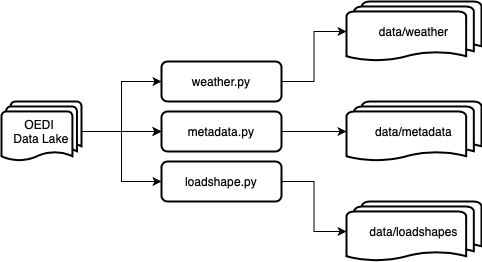
slacgismo/regrow keeps this draw.io diagram as docs/Load data pipeline.png. Above is the earlier version. Source tidied: cells renumbered, new cells last; positions are measured from the earlier drawing's top-left corner, leaving out a move shared by most shapes.
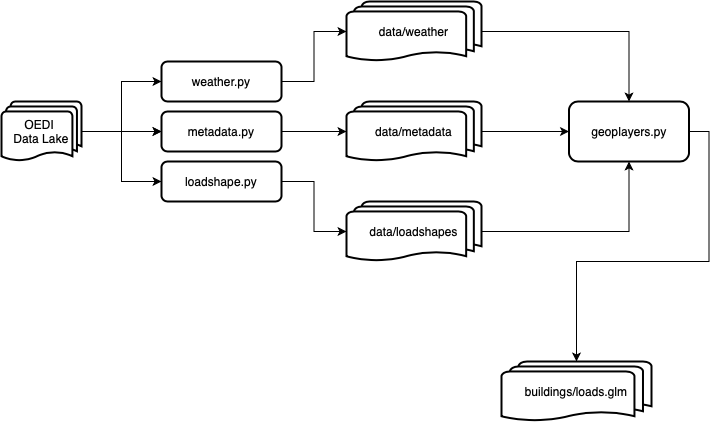
After the commit.

What changed in the source:
```diff
@@ -35,14 +35,32 @@
     <mxCell id="12" value="loadshape.py" style="rounded=1;whiteSpace=wrap;html=1;strokeWidth=2;" parent="1" vertex="1">
       <mxGeometry x="160" y="160" width="120" height="40" as="geometry" />
     </mxCell>
+    <mxCell id="16" style="edgeStyle=orthogonalEdgeStyle;rounded=0;jettySize=auto;html=1;exitX=1;exitY=0.5;exitDx=0;exitDy=0;exitPerimeter=0;" parent="1" edge="1" source="13" target="19">
+      <mxGeometry relative="1" as="geometry" />
+    </mxCell>
     <mxCell id="13" value="data/weather" style="strokeWidth=2;html=1;shape=mxgraph.flowchart.multi-document;whiteSpace=wrap;" parent="1" vertex="1">
       <mxGeometry x="345" width="135" height="60" as="geometry" />
     </mxCell>
+    <mxCell id="17" style="edgeStyle=orthogonalEdgeStyle;rounded=0;jettySize=auto;html=1;" parent="1" edge="1" source="14" target="19">
+      <mxGeometry relative="1" as="geometry" />
+    </mxCell>
     <mxCell id="14" value="data/metadata" style="strokeWidth=2;html=1;shape=mxgraph.flowchart.multi-document;whiteSpace=wrap;" parent="1" vertex="1">
       <mxGeometry x="345" y="100" width="135" height="60" as="geometry" />
     </mxCell>
+    <mxCell id="18" style="edgeStyle=orthogonalEdgeStyle;rounded=0;jettySize=auto;html=1;exitX=1;exitY=0.5;exitDx=0;exitDy=0;exitPerimeter=0;entryX=0.5;entryY=1;entryDx=0;entryDy=0;" parent="1" edge="1" source="15" target="19">
+      <mxGeometry relative="1" as="geometry" />
+    </mxCell>
     <mxCell id="15" value="data/loadshapes" style="strokeWidth=2;html=1;shape=mxgraph.flowchart.multi-document;whiteSpace=wrap;" parent="1" vertex="1">
       <mxGeometry x="345" y="200" width="135" height="60" as="geometry" />
     </mxCell>
+    <mxCell id="19" value="geoplayers.py" style="rounded=1;whiteSpace=wrap;html=1;strokeWidth=2;" parent="1" vertex="1">
+      <mxGeometry x="567.5" y="100" width="120" height="60" as="geometry" />
+    </mxCell>
+    <mxCell id="20" value="buildings/loads.glm" style="strokeWidth=2;html=1;shape=mxgraph.flowchart.multi-document;whiteSpace=wrap;" parent="1" vertex="1">
+      <mxGeometry x="500" y="360" width="150" height="60" as="geometry" />
+    </mxCell>
+    <mxCell id="21" style="edgeStyle=orthogonalEdgeStyle;rounded=0;jettySize=auto;html=1;entryX=0.5;entryY=0;entryDx=0;entryDy=0;entryPerimeter=0;exitX=1;exitY=0.5;exitDx=0;exitDy=0;" parent="1" edge="1" source="19" target="20">
+      <mxGeometry relative="1" as="geometry" />
+    </mxCell>
   </root>
 </mxGraphModel>
```
